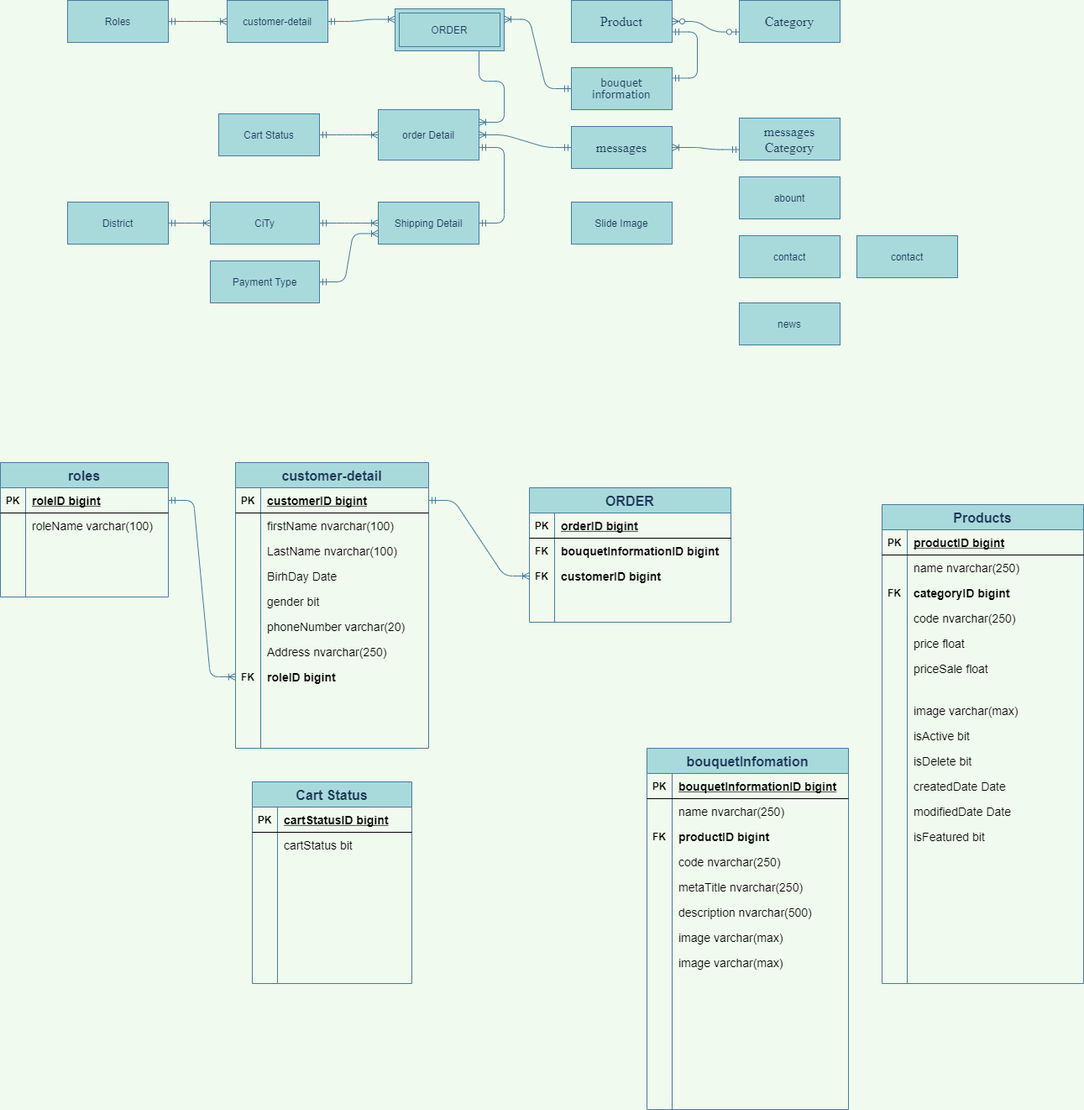
The draw.io diagram Untitled Diagram.png in maialino123/Eproject-SEM3, before a commit. Source tidied: cells renumbered, new cells last; positions are measured from the earlier drawing's top-left corner, leaving out a move shared by most shapes.
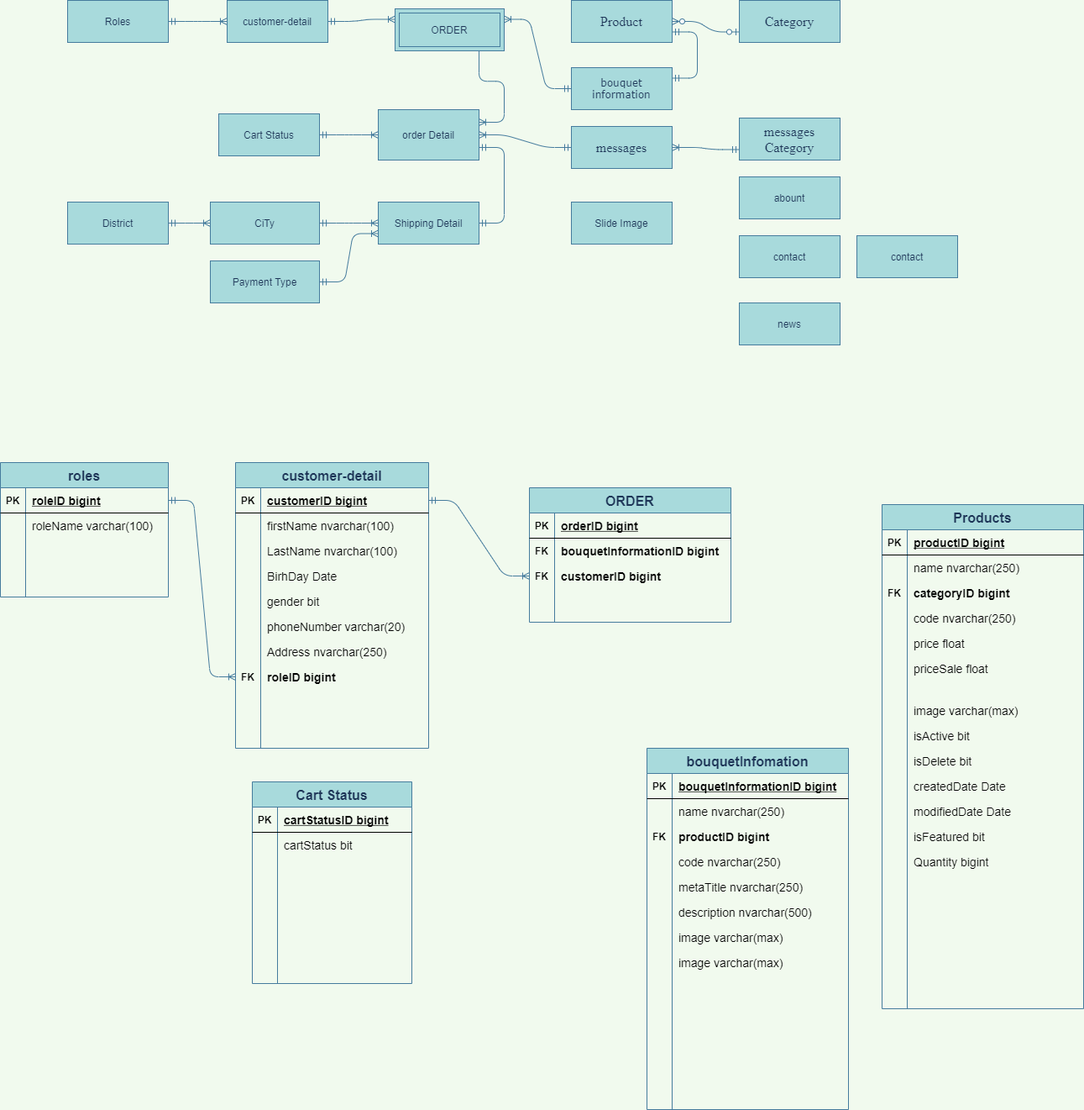
After the commit.

Diff of the diagram source:
```diff
@@ -324,7 +324,7 @@
       <mxGeometry relative="1" as="geometry" />
     </mxCell>
     <mxCell id="109" value="Products" style="shape=table;startSize=30;rowLines=0;fontStyle=1;align=center;rounded=0;sketch=0;fontSize=16;fontColor=#1D3557;strokeColor=#457B9D;fillColor=#A8DADC;" parent="1" vertex="1">
-      <mxGeometry x="1050" y="600" width="240" height="570" as="geometry" />
+      <mxGeometry x="1050" y="600" width="240" height="600" as="geometry" />
     </mxCell>
     <mxCell id="110" style="shape=partialRectangle;fillColor=none;top=0;left=0;bottom=1;right=0;" parent="109" vertex="1">
       <mxGeometry y="30" width="240" height="30" as="geometry" />
@@ -443,6 +443,15 @@
     <mxCell id="148" value="isFeatured bit" style="shape=partialRectangle;fillColor=none;top=0;left=0;bottom=0;right=0;align=left;spacingLeft=6;overflow=hidden;fontSize=14;" parent="146" vertex="1">
       <mxGeometry x="30" width="210" height="30" as="geometry" />
     </mxCell>
+    <mxCell id="174" style="shape=partialRectangle;fillColor=none;top=0;left=0;bottom=0;right=0;" parent="109" vertex="1">
+      <mxGeometry y="410" width="240" height="30" as="geometry" />
+    </mxCell>
+    <mxCell id="175" style="shape=partialRectangle;fillColor=none;top=0;left=0;bottom=0;right=0;overflow=hidden;" parent="174" vertex="1">
+      <mxGeometry width="30" height="30" as="geometry" />
+    </mxCell>
+    <mxCell id="176" value="Quantity bigint" style="shape=partialRectangle;fillColor=none;top=0;left=0;bottom=0;right=0;align=left;spacingLeft=6;overflow=hidden;fontSize=14;" parent="174" vertex="1">
+      <mxGeometry x="30" width="210" height="30" as="geometry" />
+    </mxCell>
     <mxCell id="149" value="bouquetInfomation" style="shape=table;startSize=30;rowLines=0;fontStyle=1;align=center;rounded=0;sketch=0;fontSize=16;fontColor=#1D3557;strokeColor=#457B9D;fillColor=#A8DADC;" parent="1" vertex="1">
       <mxGeometry x="770" y="890" width="240" height="430" as="geometry" />
     </mxCell>
```
